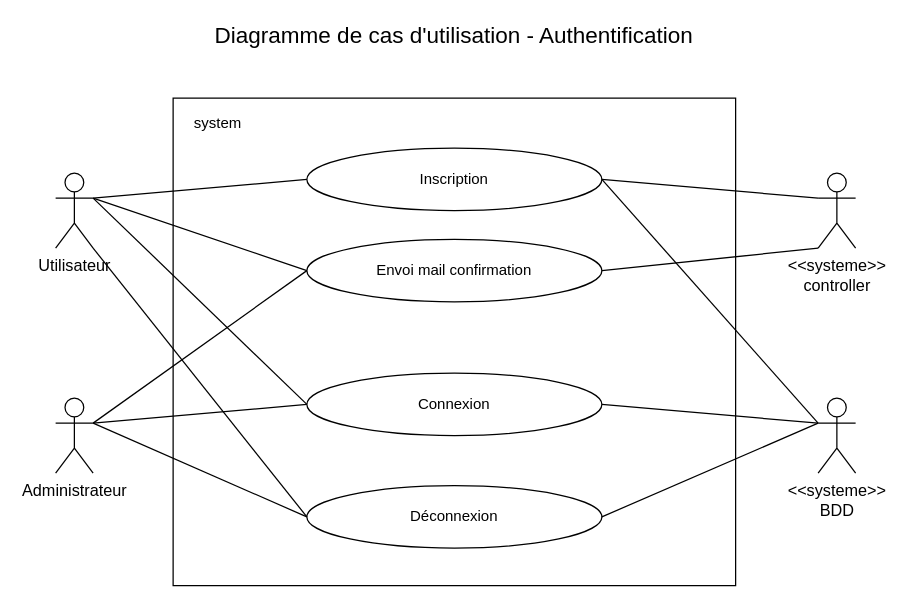
Before: diagrammes/1.1-diagram-cas-d-utilisateur-auth.drawio in AzzeddDev/p5_blog_php, a draw.io diagram. Source tidied: cells renumbered, new cells numbered last; positions are measured from the earlier drawing's top-left corner, leaving out a move shared by most shapes. Both pictures are drawn from the tidied source at 125%, with x=0, y=0 at pixel (55, 22).
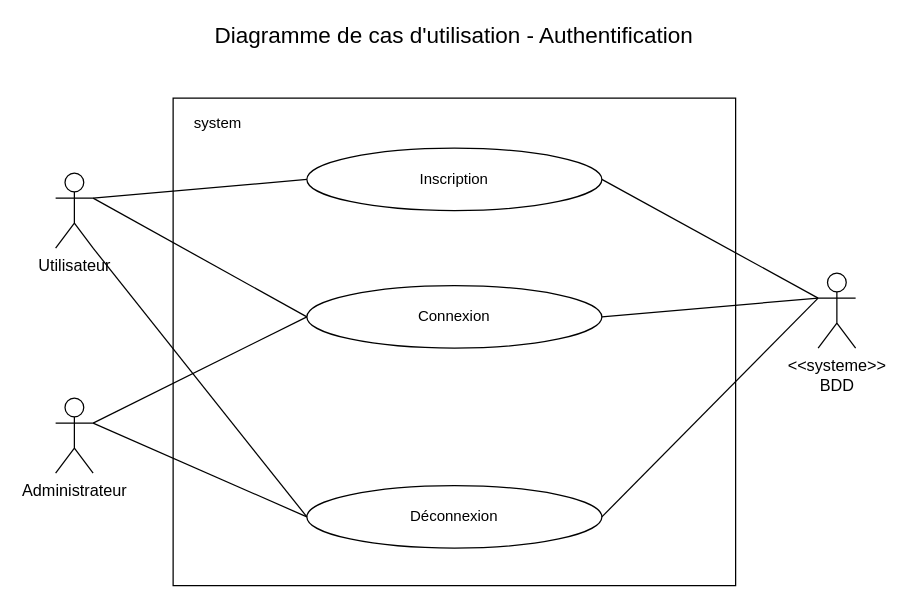
After the change.

The change refers to these unchanged cells:
```xml
<mxCell id="5" value="Utilisateur" style="shape=umlActor;verticalLabelPosition=bottom;labelBackgroundColor=#ffffff;verticalAlign=top;html=1;fontSize=13;" parent="1" vertex="1">
  <mxGeometry y="120" width="30" height="60" as="geometry" />
</mxCell>
<mxCell id="6" value="Administrateur" style="shape=umlActor;verticalLabelPosition=bottom;labelBackgroundColor=#ffffff;verticalAlign=top;html=1;fontSize=13;" parent="1" vertex="1">
  <mxGeometry y="300" width="30" height="60" as="geometry" />
</mxCell>
<mxCell id="8" value="Inscription" style="ellipse;whiteSpace=wrap;html=1;" parent="1" vertex="1">
  <mxGeometry x="201" y="100" width="236" height="50" as="geometry" />
</mxCell>
<mxCell id="12" value="Déconnexion" style="ellipse;whiteSpace=wrap;html=1;" parent="1" vertex="1">
  <mxGeometry x="201" y="370" width="236" height="50" as="geometry" />
</mxCell>
```

Diff of the diagram source:
```diff
@@
     <mxCell id="7" value="&amp;lt;&amp;lt;systeme&amp;gt;&amp;gt;&lt;br&gt;BDD" style="shape=umlActor;verticalLabelPosition=bottom;labelBackgroundColor=#ffffff;verticalAlign=top;html=1;fontSize=13;" parent="1" vertex="1">
-      <mxGeometry x="610" y="300" width="30" height="60" as="geometry" />
+      <mxGeometry x="610" y="200" width="30" height="60" as="geometry" />
     </mxCell>
@@
-    <mxCell id="9" value="&amp;lt;&amp;lt;systeme&amp;gt;&amp;gt;&lt;br&gt;controller" style="shape=umlActor;verticalLabelPosition=bottom;labelBackgroundColor=#ffffff;verticalAlign=top;html=1;fontSize=13;" parent="1" vertex="1">
-      <mxGeometry x="610" y="120" width="30" height="60" as="geometry" />
-    </mxCell>
-    <mxCell id="10" value="Envoi mail confirmation" style="ellipse;whiteSpace=wrap;html=1;" parent="1" vertex="1">
-      <mxGeometry x="201" y="173" width="236" height="50" as="geometry" />
-    </mxCell>
     <mxCell id="11" value="Connexion" style="ellipse;whiteSpace=wrap;html=1;" parent="1" vertex="1">
-      <mxGeometry x="201" y="280" width="236" height="50" as="geometry" />
+      <mxGeometry x="201" y="210" width="236" height="50" as="geometry" />
     </mxCell>
@@
-    <mxCell id="16" style="endArrow=none;html=1;entryX=0;entryY=0.3333333333333333;entryDx=0;entryDy=0;entryPerimeter=0;exitX=1;exitY=0.5;exitDx=0;exitDy=0;" parent="1" edge="1" source="8" target="9">
-      <mxGeometry relative="1" as="geometry" />
-    </mxCell>
-    <mxCell id="17" style="endArrow=none;html=1;entryX=0;entryY=1;entryDx=0;entryDy=0;entryPerimeter=0;exitX=1;exitY=0.5;exitDx=0;exitDy=0;" parent="1" edge="1" source="10" target="9">
-      <mxGeometry relative="1" as="geometry" />
-    </mxCell>
-    <mxCell id="18" style="endArrow=none;html=1;entryX=0;entryY=0.5;entryDx=0;entryDy=0;exitX=1;exitY=0.3333333333333333;exitDx=0;exitDy=0;exitPerimeter=0;" parent="1" edge="1" source="5" target="10">
-      <mxGeometry relative="1" as="geometry" />
-    </mxCell>
-    <mxCell id="19" style="endArrow=none;html=1;entryX=1;entryY=0.3333333333333333;entryDx=0;entryDy=0;entryPerimeter=0;exitX=0;exitY=0.5;exitDx=0;exitDy=0;" parent="1" edge="1" source="10" target="6">
-      <mxGeometry relative="1" as="geometry" />
-    </mxCell>
@@
-    <mxCell id="24" style="endArrow=none;html=1;entryX=1;entryY=0.5;entryDx=0;entryDy=0;" parent="1" edge="1" target="12">
-      <mxGeometry relative="1" as="geometry">
-        <mxPoint x="610" y="320" as="sourcePoint" />
-      </mxGeometry>
+    <mxCell id="24" style="endArrow=none;html=1;entryX=1;entryY=0.5;entryDx=0;entryDy=0;exitX=0;exitY=0.3333333333333333;exitDx=0;exitDy=0;exitPerimeter=0;" parent="1" edge="1" source="7" target="12">
+      <mxGeometry relative="1" as="geometry" />
     </mxCell>
```
